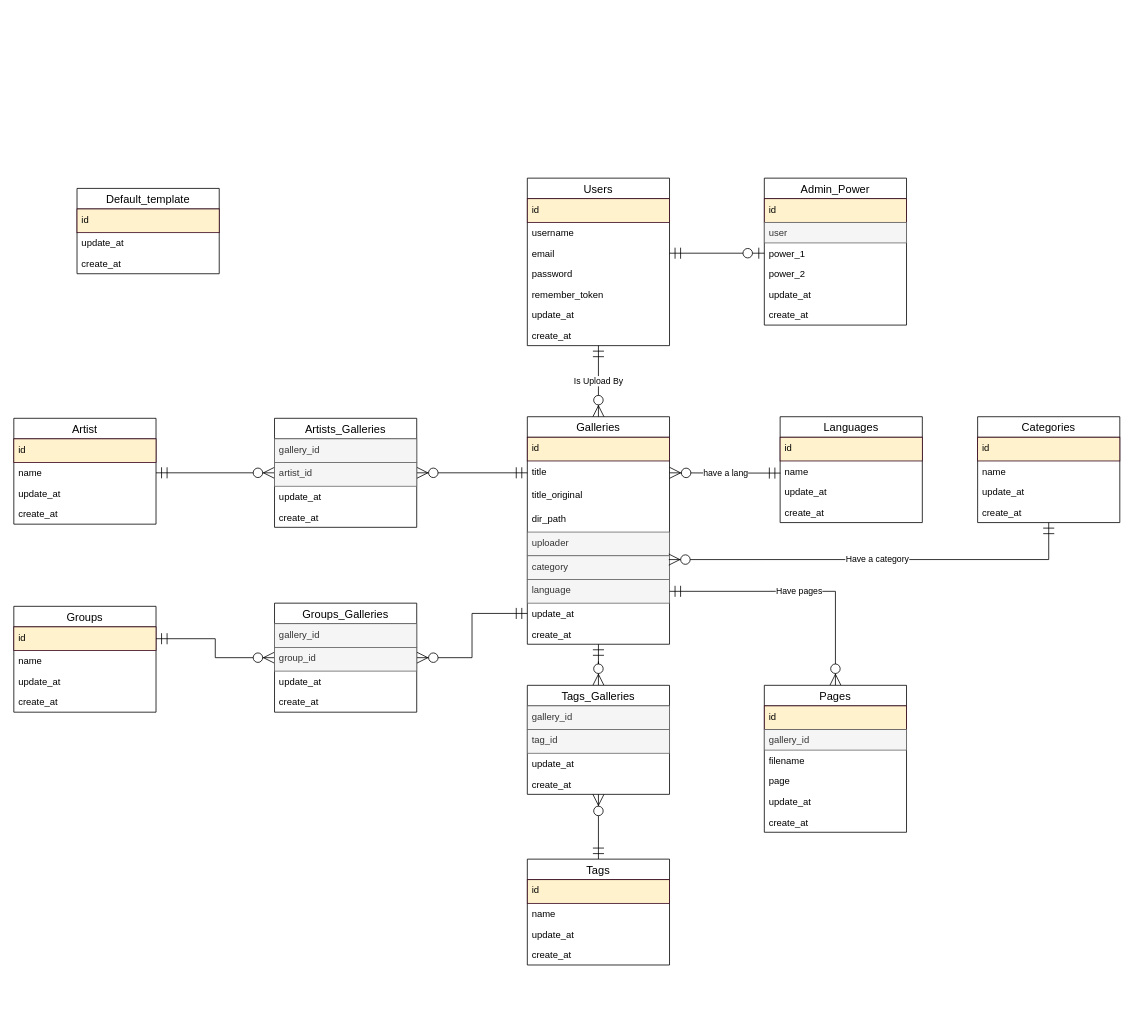
This is D-Reader ERD.drawio from chandieka/D-Reader, a draw.io file, before an edit. Source tidied: cells renumbered, new cells numbered last; positions are measured from the earlier drawing's top-left corner, leaving out a move shared by most shapes. Both pictures are drawn from the tidied source at 79%, with x=0, y=0 at pixel (13, 178).
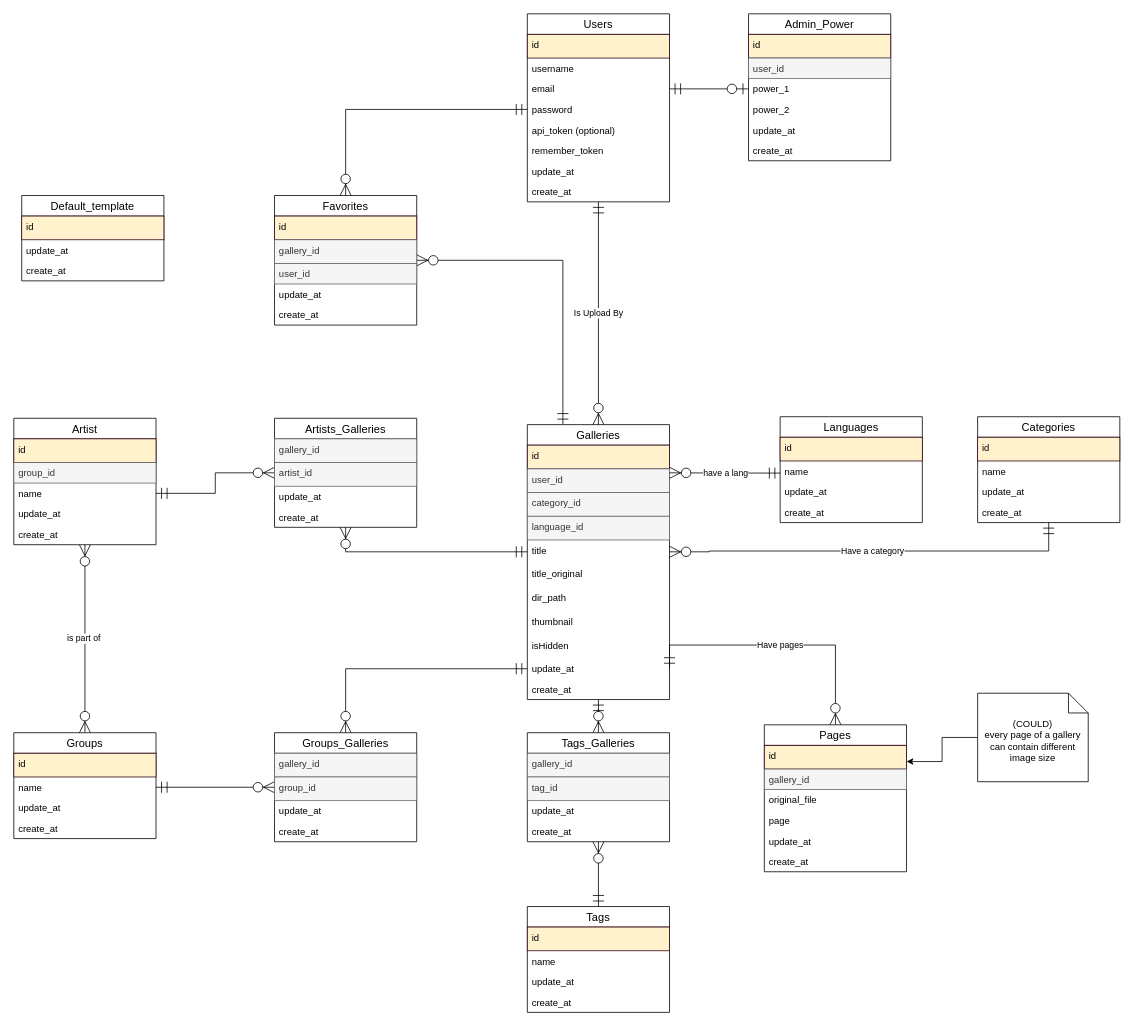
The same page after the edit.

The change refers to these unchanged cells:
```xml
<mxCell id="23" value="password" style="text;strokeColor=none;fillColor=none;align=left;verticalAlign=top;spacingLeft=4;spacingRight=4;overflow=hidden;points=[[0,0.5],[1,0.5]];portConstraint=eastwest;" parent="19" vertex="1">
  <mxGeometry y="108" width="180" height="26" as="geometry" />
</mxCell>
<mxCell id="28" value="Categories" style="swimlane;fontStyle=0;horizontal=1;startSize=26;align=center;fontSize=14;" parent="1" vertex="1">
  <mxGeometry x="1220" y="302" width="180" height="134" as="geometry" />
</mxCell>
<mxCell id="63" value="id" style="text;spacingLeft=4;spacingRight=4;overflow=hidden;points=[[0,0.5],[1,0.5]];portConstraint=eastwest;fontSize=12;fillColor=#fff2cc;strokeColor=#33001A;" parent="62" vertex="1">
  <mxGeometry y="26" width="180" height="30" as="geometry" />
</mxCell>
<mxCell id="64" value="name" style="text;strokeColor=none;fillColor=none;align=left;verticalAlign=top;spacingLeft=4;spacingRight=4;overflow=hidden;points=[[0,0.5],[1,0.5]];portConstraint=eastwest;" parent="62" vertex="1">
  <mxGeometry y="56" width="180" height="26" as="geometry" />
</mxCell>
```

What changed in the source:
```diff
@@
     <mxCell id="3" value="Galleries" style="swimlane;fontStyle=0;horizontal=1;startSize=26;align=center;fontSize=14;" parent="1" vertex="1">
-      <mxGeometry x="650" y="302" width="180" height="288" as="geometry" />
+      <mxGeometry x="650" y="312" width="180" height="348" as="geometry" />
     </mxCell>
@@
+    <mxCell id="8" value="user_id" style="text;strokeColor=#666666;fillColor=#f5f5f5;spacingLeft=4;spacingRight=4;overflow=hidden;fontSize=12;fontColor=#333333;" parent="3" vertex="1">
+      <mxGeometry y="56" width="180" height="30" as="geometry" />
+    </mxCell>
+    <mxCell id="9" value="category_id" style="text;strokeColor=#666666;fillColor=#f5f5f5;spacingLeft=4;spacingRight=4;overflow=hidden;points=[[0,0.5],[1,0.5]];portConstraint=eastwest;fontSize=12;fontColor=#333333;" parent="3" vertex="1">
+      <mxGeometry y="86" width="180" height="30" as="geometry" />
+    </mxCell>
+    <mxCell id="10" value="language_id" style="text;strokeColor=#666666;fillColor=#f5f5f5;spacingLeft=4;spacingRight=4;overflow=hidden;points=[[0,0.5],[1,0.5]];portConstraint=eastwest;fontSize=12;fontColor=#333333;" parent="3" vertex="1">
+      <mxGeometry y="116" width="180" height="30" as="geometry" />
+    </mxCell>
     <mxCell id="5" value="title" style="text;strokeColor=none;fillColor=none;spacingLeft=4;spacingRight=4;overflow=hidden;points=[[0,0.5],[1,0.5]];portConstraint=eastwest;fontSize=12;" parent="3" vertex="1">
-      <mxGeometry y="56" width="180" height="30" as="geometry" />
+      <mxGeometry y="146" width="180" height="30" as="geometry" />
     </mxCell>
     <mxCell id="6" value="title_original" style="text;strokeColor=none;fillColor=none;spacingLeft=4;spacingRight=4;overflow=hidden;fontSize=12;" parent="3" vertex="1">
-      <mxGeometry y="86" width="180" height="30" as="geometry" />
+      <mxGeometry y="176" width="180" height="30" as="geometry" />
     </mxCell>
     <mxCell id="7" value="dir_path" style="text;strokeColor=none;fillColor=none;spacingLeft=4;spacingRight=4;overflow=hidden;fontSize=12;" parent="3" vertex="1">
-      <mxGeometry y="116" width="180" height="30" as="geometry" />
+      <mxGeometry y="206" width="180" height="30" as="geometry" />
     </mxCell>
-    <mxCell id="8" value="uploader" style="text;strokeColor=#666666;fillColor=#f5f5f5;spacingLeft=4;spacingRight=4;overflow=hidden;fontSize=12;fontColor=#333333;" parent="3" vertex="1">
-      <mxGeometry y="146" width="180" height="30" as="geometry" />
-    </mxCell>
-    <mxCell id="9" value="category" style="text;strokeColor=#666666;fillColor=#f5f5f5;spacingLeft=4;spacingRight=4;overflow=hidden;points=[[0,0.5],[1,0.5]];portConstraint=eastwest;fontSize=12;fontColor=#333333;" parent="3" vertex="1">
-      <mxGeometry y="176" width="180" height="30" as="geometry" />
-    </mxCell>
-    <mxCell id="10" value="language" style="text;strokeColor=#666666;fillColor=#f5f5f5;spacingLeft=4;spacingRight=4;overflow=hidden;points=[[0,0.5],[1,0.5]];portConstraint=eastwest;fontSize=12;fontColor=#333333;" parent="3" vertex="1">
-      <mxGeometry y="206" width="180" height="30" as="geometry" />
-    </mxCell>
+    <mxCell id="89" value="thumbnail" style="text;strokeColor=none;fillColor=none;spacingLeft=4;spacingRight=4;overflow=hidden;fontSize=12;" parent="3" vertex="1">
+      <mxGeometry y="236" width="180" height="30" as="geometry" />
+    </mxCell>
+    <mxCell id="90" value="isHidden" style="text;strokeColor=none;fillColor=none;spacingLeft=4;spacingRight=4;overflow=hidden;fontSize=12;" parent="3" vertex="1">
+      <mxGeometry y="266" width="180" height="30" as="geometry" />
+    </mxCell>
     <mxCell id="11" value="update_at" style="text;strokeColor=none;fillColor=none;align=left;verticalAlign=top;spacingLeft=4;spacingRight=4;overflow=hidden;points=[[0,0.5],[1,0.5]];portConstraint=eastwest;" parent="3" vertex="1">
-      <mxGeometry y="236" width="180" height="26" as="geometry" />
+      <mxGeometry y="296" width="180" height="26" as="geometry" />
     </mxCell>
     <mxCell id="12" value="create_at" style="text;strokeColor=none;fillColor=none;align=left;verticalAlign=top;spacingLeft=4;spacingRight=4;overflow=hidden;" parent="3" vertex="1">
-      <mxGeometry y="262" width="180" height="26" as="geometry" />
+      <mxGeometry y="322" width="180" height="26" as="geometry" />
     </mxCell>
     <mxCell id="13" value="Default_template" style="swimlane;fontStyle=0;horizontal=1;startSize=26;align=center;fontSize=14;" parent="1" vertex="1">
-      <mxGeometry x="80" y="13" width="180" height="108" as="geometry" />
+      <mxGeometry x="10" y="22" width="180" height="108" as="geometry" />
     </mxCell>
@@
     <mxCell id="19" value="Users" style="swimlane;fontStyle=0;horizontal=1;startSize=26;align=center;fontSize=14;" parent="1" vertex="1">
-      <mxGeometry x="650" width="180" height="212" as="geometry" />
+      <mxGeometry x="650" y="-208" width="180" height="238" as="geometry" />
     </mxCell>
@@
+    <mxCell id="91" value="api_token (optional)" style="text;strokeColor=none;fillColor=none;align=left;verticalAlign=top;spacingLeft=4;spacingRight=4;overflow=hidden;" parent="19" vertex="1">
+      <mxGeometry y="134" width="180" height="26" as="geometry" />
+    </mxCell>
     <mxCell id="24" value="remember_token&#10;" style="text;strokeColor=none;fillColor=none;align=left;verticalAlign=top;spacingLeft=4;spacingRight=4;overflow=hidden;" parent="19" vertex="1">
-      <mxGeometry y="134" width="180" height="26" as="geometry" />
+      <mxGeometry y="160" width="180" height="26" as="geometry" />
     </mxCell>
     <mxCell id="25" value="update_at" style="text;strokeColor=none;fillColor=none;align=left;verticalAlign=top;spacingLeft=4;spacingRight=4;overflow=hidden;" parent="19" vertex="1">
-      <mxGeometry y="160" width="180" height="26" as="geometry" />
+      <mxGeometry y="186" width="180" height="26" as="geometry" />
     </mxCell>
     <mxCell id="26" value="create_at" style="text;strokeColor=none;fillColor=none;align=left;verticalAlign=top;spacingLeft=4;spacingRight=4;overflow=hidden;" parent="19" vertex="1">
-      <mxGeometry y="186" width="180" height="26" as="geometry" />
+      <mxGeometry y="212" width="180" height="26" as="geometry" />
     </mxCell>
-    <mxCell id="27" value="Have a category" style="edgeStyle=orthogonalEdgeStyle;rounded=0;jettySize=auto;html=1;startArrow=ERmandOne;startFill=0;startSize=12;endArrow=ERzeroToMany;endFill=1;endSize=12;entryX=0.995;entryY=0.161;entryDx=0;entryDy=0;entryPerimeter=0;" parent="1" edge="1" source="28" target="9">
-      <mxGeometry relative="1" as="geometry" />
+    <mxCell id="27" value="Have a category" style="edgeStyle=orthogonalEdgeStyle;rounded=0;jettySize=auto;html=1;startArrow=ERmandOne;startFill=0;startSize=12;endArrow=ERzeroToMany;endFill=1;endSize=12;entryX=1;entryY=0.5;entryDx=0;entryDy=0;" parent="1" edge="1" source="28" target="5">
+      <mxGeometry relative="1" as="geometry">
+        <Array as="points">
+          <mxPoint x="1310" y="472" />
+          <mxPoint x="880" y="472" />
+          <mxPoint x="830" y="473" />
+        </Array>
+      </mxGeometry>
     </mxCell>
@@
     <mxCell id="39" value="Admin_Power" style="swimlane;fontStyle=0;horizontal=1;startSize=26;align=center;fontSize=14;" parent="1" vertex="1">
-      <mxGeometry x="950" width="180" height="186" as="geometry" />
+      <mxGeometry x="930" y="-208" width="180" height="186" as="geometry" />
     </mxCell>
@@
-    <mxCell id="41" value="user" style="text;strokeColor=#666666;fillColor=#f5f5f5;align=left;verticalAlign=top;spacingLeft=4;spacingRight=4;overflow=hidden;fontColor=#333333;" parent="39" vertex="1">
+    <mxCell id="41" value="user_id" style="text;strokeColor=#666666;fillColor=#f5f5f5;align=left;verticalAlign=top;spacingLeft=4;spacingRight=4;overflow=hidden;fontColor=#333333;" parent="39" vertex="1">
       <mxGeometry y="56" width="180" height="26" as="geometry" />
     </mxCell>
@@
     <mxCell id="47" value="Tags" style="swimlane;fontStyle=0;horizontal=1;startSize=26;align=center;fontSize=14;" parent="1" vertex="1">
-      <mxGeometry x="650" y="862" width="180" height="134" as="geometry" />
+      <mxGeometry x="650" y="922" width="180" height="134" as="geometry" />
     </mxCell>
@@
     <mxCell id="52" value="Tags_Galleries" style="swimlane;fontStyle=0;horizontal=1;startSize=26;align=center;fontSize=14;" parent="1" vertex="1">
-      <mxGeometry x="650" y="642" width="180" height="138" as="geometry" />
+      <mxGeometry x="650" y="702" width="180" height="138" as="geometry" />
     </mxCell>
@@
+    <mxCell id="92" value="is part of&amp;nbsp;" style="edgeStyle=orthogonalEdgeStyle;rounded=0;jettySize=auto;html=1;entryX=0.5;entryY=0;entryDx=0;entryDy=0;startArrow=ERzeroToMany;startFill=1;endArrow=ERzeroToMany;endFill=1;endSize=12;startSize=12;" parent="1" edge="1" source="57" target="62">
+      <mxGeometry relative="1" as="geometry" />
+    </mxCell>
     <mxCell id="57" value="Artist" style="swimlane;fontStyle=0;horizontal=1;startSize=26;align=center;fontSize=14;" parent="1" vertex="1">
-      <mxGeometry y="304" width="180" height="134" as="geometry" />
+      <mxGeometry y="304" width="180" height="160" as="geometry" />
     </mxCell>
@@
+    <mxCell id="93" value="group_id" style="text;strokeColor=#666666;fillColor=#f5f5f5;align=left;verticalAlign=top;spacingLeft=4;spacingRight=4;overflow=hidden;fontColor=#333333;" parent="57" vertex="1">
+      <mxGeometry y="56" width="180" height="26" as="geometry" />
+    </mxCell>
     <mxCell id="59" value="name" style="text;strokeColor=none;fillColor=none;align=left;verticalAlign=top;spacingLeft=4;spacingRight=4;overflow=hidden;points=[[0,0.5],[1,0.5]];portConstraint=eastwest;" parent="57" vertex="1">
-      <mxGeometry y="56" width="180" height="26" as="geometry" />
+      <mxGeometry y="82" width="180" height="26" as="geometry" />
     </mxCell>
     <mxCell id="60" value="update_at" style="text;strokeColor=none;fillColor=none;align=left;verticalAlign=top;spacingLeft=4;spacingRight=4;overflow=hidden;" parent="57" vertex="1">
-      <mxGeometry y="82" width="180" height="26" as="geometry" />
+      <mxGeometry y="108" width="180" height="26" as="geometry" />
     </mxCell>
     <mxCell id="61" value="create_at" style="text;strokeColor=none;fillColor=none;align=left;verticalAlign=top;spacingLeft=4;spacingRight=4;overflow=hidden;" parent="57" vertex="1">
-      <mxGeometry y="108" width="180" height="26" as="geometry" />
+      <mxGeometry y="134" width="180" height="26" as="geometry" />
     </mxCell>
     <mxCell id="62" value="Groups" style="swimlane;fontStyle=0;horizontal=1;startSize=26;align=center;fontSize=14;" parent="1" vertex="1">
-      <mxGeometry y="542" width="180" height="134" as="geometry" />
+      <mxGeometry y="702" width="180" height="134" as="geometry" />
     </mxCell>
@@
-    <mxCell id="67" value="Have pages" style="edgeStyle=orthogonalEdgeStyle;rounded=0;jettySize=auto;html=1;entryX=1;entryY=0.5;entryDx=0;entryDy=0;endArrow=ERmandOne;endFill=0;startArrow=ERzeroToMany;startFill=1;endSize=12;startSize=12;" parent="1" edge="1" source="68" target="10">
-      <mxGeometry relative="1" as="geometry" />
+    <mxCell id="67" value="Have pages" style="edgeStyle=orthogonalEdgeStyle;rounded=0;jettySize=auto;html=1;endArrow=ERmandOne;endFill=0;startArrow=ERzeroToMany;startFill=1;endSize=12;startSize=12;entryX=1;entryY=0.5;entryDx=0;entryDy=0;" parent="1" edge="1" source="68" target="11">
+      <mxGeometry relative="1" as="geometry">
+        <Array as="points">
+          <mxPoint x="1040" y="591" />
+        </Array>
+      </mxGeometry>
     </mxCell>
     <mxCell id="68" value="Pages" style="swimlane;fontStyle=0;horizontal=1;startSize=26;align=center;fontSize=14;" parent="1" vertex="1">
-      <mxGeometry x="950" y="642" width="180" height="186" as="geometry" />
+      <mxGeometry x="950" y="692" width="180" height="186" as="geometry" />
     </mxCell>
@@
-    <mxCell id="71" value="filename" style="text;strokeColor=none;fillColor=none;align=left;verticalAlign=top;spacingLeft=4;spacingRight=4;overflow=hidden;" parent="68" vertex="1">
+    <mxCell id="71" value="original_file" style="text;strokeColor=none;fillColor=none;align=left;verticalAlign=top;spacingLeft=4;spacingRight=4;overflow=hidden;" parent="68" vertex="1">
       <mxGeometry y="82" width="180" height="26" as="geometry" />
     </mxCell>
@@
-    <mxCell id="82" style="edgeStyle=orthogonalEdgeStyle;rounded=0;jettySize=auto;html=1;entryX=1;entryY=0.5;entryDx=0;entryDy=0;startArrow=ERzeroToMany;startFill=1;startSize=12;endArrow=ERmandOne;endFill=0;endSize=12;" parent="1" edge="1" source="84" target="63">
+    <mxCell id="82" style="edgeStyle=orthogonalEdgeStyle;rounded=0;jettySize=auto;html=1;entryX=1;entryY=0.5;entryDx=0;entryDy=0;startArrow=ERzeroToMany;startFill=1;startSize=12;endArrow=ERmandOne;endFill=0;endSize=12;" parent="1" edge="1" source="84" target="64">
       <mxGeometry relative="1" as="geometry" />
     </mxCell>
@@
     <mxCell id="84" value="Groups_Galleries" style="swimlane;fontStyle=0;horizontal=1;startSize=26;align=center;fontSize=14;" parent="1" vertex="1">
-      <mxGeometry x="330" y="538" width="180" height="138" as="geometry" />
+      <mxGeometry x="330" y="702" width="180" height="138" as="geometry" />
     </mxCell>
@@
+    <mxCell id="94" style="edgeStyle=orthogonalEdgeStyle;rounded=0;jettySize=auto;html=1;entryX=0.25;entryY=0;entryDx=0;entryDy=0;endArrow=ERmandOne;endFill=0;startSize=12;endSize=12;startArrow=ERzeroToMany;startFill=1;" parent="1" edge="1" source="96" target="3">
+      <mxGeometry relative="1" as="geometry" />
+    </mxCell>
+    <mxCell id="95" style="edgeStyle=orthogonalEdgeStyle;rounded=0;jettySize=auto;html=1;endArrow=ERmandOne;endFill=0;startSize=12;endSize=12;startArrow=ERzeroToMany;startFill=1;" parent="1" edge="1" source="96" target="23">
+      <mxGeometry relative="1" as="geometry" />
+    </mxCell>
+    <mxCell id="96" value="Favorites" style="swimlane;fontStyle=0;horizontal=1;startSize=26;align=center;fontSize=14;" parent="1" vertex="1">
+      <mxGeometry x="330" y="22" width="180" height="164" as="geometry" />
+    </mxCell>
+    <mxCell id="97" value="id" style="text;spacingLeft=4;spacingRight=4;overflow=hidden;fontSize=12;fillColor=#fff2cc;strokeColor=#33001A;" parent="96" vertex="1">
+      <mxGeometry y="26" width="180" height="30" as="geometry" />
+    </mxCell>
+    <mxCell id="98" value="gallery_id" style="text;spacingLeft=4;spacingRight=4;overflow=hidden;fontSize=12;fillColor=#f5f5f5;strokeColor=#666666;fontColor=#333333;" parent="96" vertex="1">
+      <mxGeometry y="56" width="180" height="30" as="geometry" />
+    </mxCell>
+    <mxCell id="99" value="user_id" style="text;strokeColor=#666666;fillColor=#f5f5f5;align=left;verticalAlign=top;spacingLeft=4;spacingRight=4;overflow=hidden;fontColor=#333333;" parent="96" vertex="1">
+      <mxGeometry y="86" width="180" height="26" as="geometry" />
+    </mxCell>
+    <mxCell id="100" value="update_at" style="text;strokeColor=none;fillColor=none;align=left;verticalAlign=top;spacingLeft=4;spacingRight=4;overflow=hidden;" parent="96" vertex="1">
+      <mxGeometry y="112" width="180" height="26" as="geometry" />
+    </mxCell>
+    <mxCell id="101" value="create_at" style="text;strokeColor=none;fillColor=none;align=left;verticalAlign=top;spacingLeft=4;spacingRight=4;overflow=hidden;" parent="96" vertex="1">
+      <mxGeometry y="138" width="180" height="26" as="geometry" />
+    </mxCell>
+    <mxCell id="102" style="edgeStyle=orthogonalEdgeStyle;rounded=0;jettySize=auto;html=1;entryX=1;entryY=0.25;entryDx=0;entryDy=0;" parent="1" edge="1" source="103" target="68">
+      <mxGeometry relative="1" as="geometry" />
+    </mxCell>
+    <mxCell id="103" value="(COULD)&lt;br&gt;every page of a gallery can contain different image size" style="shape=note2;boundedLbl=1;whiteSpace=wrap;html=1;size=25;verticalAlign=top;align=center;" parent="1" vertex="1">
+      <mxGeometry x="1220" y="652" width="140" height="112" as="geometry" />
+    </mxCell>
```
